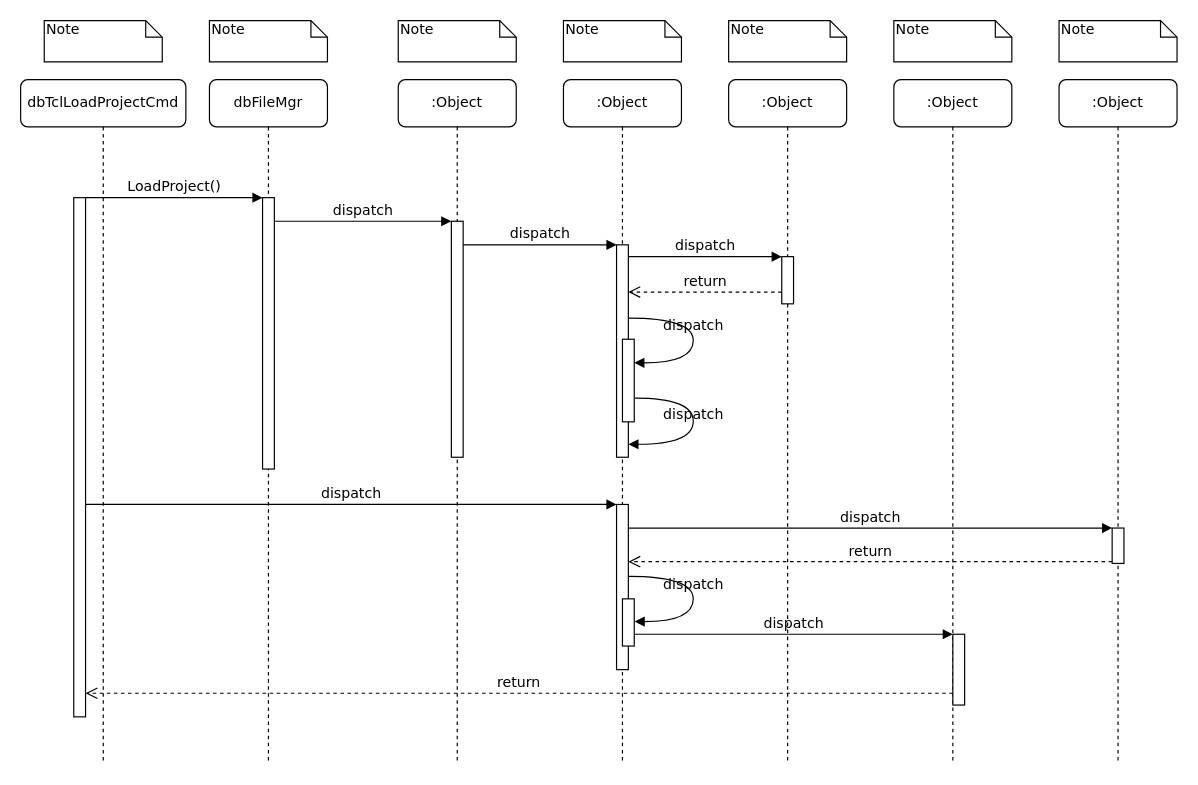
The draw.io diagram Untitled Diagram.drawio in RebeccaY/start, before the edit. Source tidied: cells renumbered, new cells numbered last; positions are measured from the earlier drawing's top-left corner, leaving out a move shared by most shapes. Both pictures are drawn from the tidied source at 118%, with x=0, y=0 at pixel (20, 20).
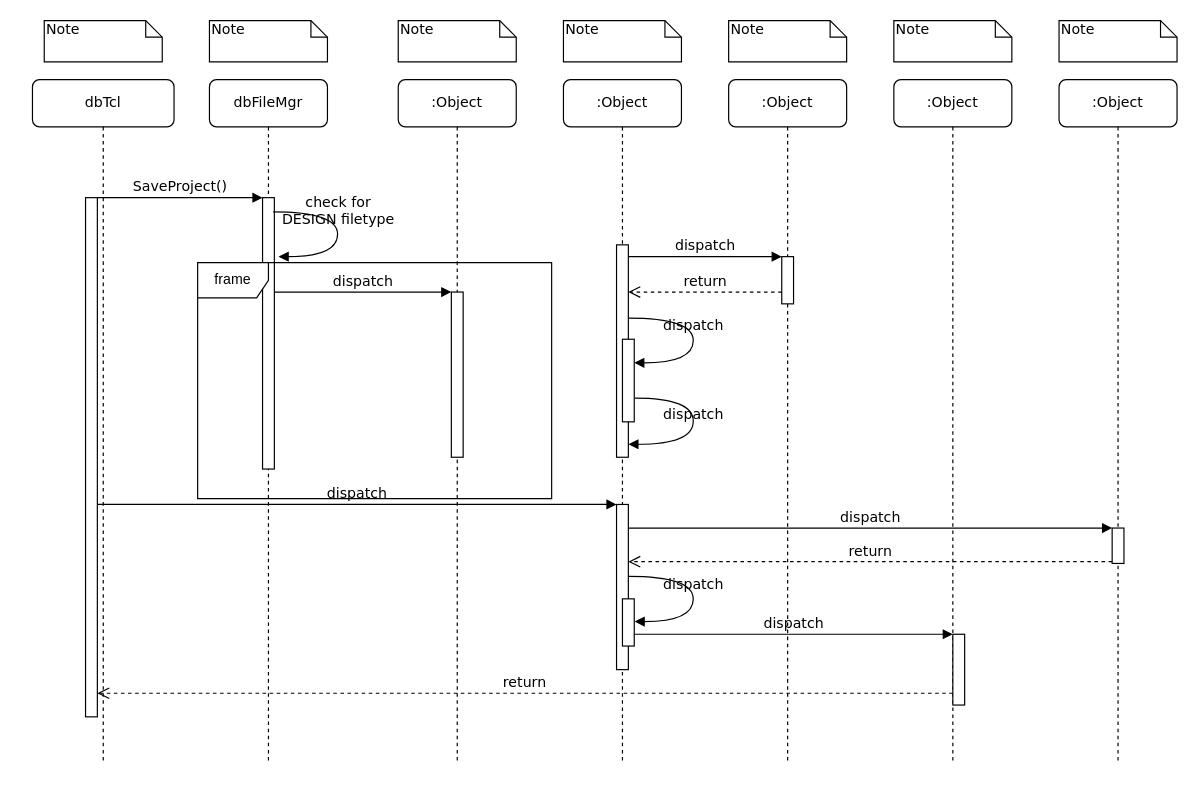
After the change.

Unchanged cells that the change refers to:
```xml
<mxCell id="3" style="html=1;points=[];perimeter=orthogonalPerimeter;rounded=0;shadow=0;comic=0;labelBackgroundColor=none;strokeWidth=1;fontFamily=Verdana;fontSize=12;align=center;" parent="2" vertex="1">
  <mxGeometry x="45" y="100" width="10" height="230" as="geometry" />
</mxCell>
<mxCell id="4" value=":Object" style="shape=umlLifeline;perimeter=lifelinePerimeter;whiteSpace=wrap;html=1;rounded=1;shadow=0;comic=0;labelBackgroundColor=none;strokeWidth=1;fontFamily=Verdana;fontSize=12;align=center;" parent="1" vertex="1">
  <mxGeometry x="320" y="50" width="100" height="580" as="geometry" />
</mxCell>
<mxCell id="11" style="html=1;points=[];perimeter=orthogonalPerimeter;rounded=0;shadow=0;comic=0;labelBackgroundColor=none;strokeWidth=1;fontFamily=Verdana;fontSize=12;align=center;" parent="10" vertex="1">
  <mxGeometry x="45" y="100" width="10" height="440" as="geometry" />
</mxCell>
<mxCell id="12" style="html=1;points=[];perimeter=orthogonalPerimeter;rounded=0;shadow=0;comic=0;labelBackgroundColor=none;strokeWidth=1;fontFamily=Verdana;fontSize=12;align=center;" parent="1" vertex="1">
  <mxGeometry x="505" y="190" width="10" height="180" as="geometry" />
</mxCell>
```

What changed in the source:
```diff
@@
     <mxCell id="5" style="html=1;points=[];perimeter=orthogonalPerimeter;rounded=0;shadow=0;comic=0;labelBackgroundColor=none;strokeWidth=1;fontFamily=Verdana;fontSize=12;align=center;" parent="4" vertex="1">
-      <mxGeometry x="45" y="120" width="10" height="200" as="geometry" />
+      <mxGeometry x="45" y="180" width="10" height="140" as="geometry" />
     </mxCell>
@@
-    <mxCell id="10" value="dbTclLoadProjectCmd" style="shape=umlLifeline;perimeter=lifelinePerimeter;whiteSpace=wrap;html=1;rounded=1;shadow=0;comic=0;labelBackgroundColor=none;strokeWidth=1;fontFamily=Verdana;fontSize=12;align=center;" parent="1" vertex="1">
-      <mxGeometry y="50" width="140" height="580" as="geometry" />
+    <mxCell id="10" value="dbTcl" style="shape=umlLifeline;perimeter=lifelinePerimeter;whiteSpace=wrap;html=1;rounded=1;shadow=0;comic=0;labelBackgroundColor=none;strokeWidth=1;fontFamily=Verdana;fontSize=12;align=center;" parent="1" vertex="1">
+      <mxGeometry x="10" y="50" width="120" height="580" as="geometry" />
     </mxCell>
@@
-    <mxCell id="13" value="dispatch" style="html=1;verticalAlign=bottom;endArrow=block;labelBackgroundColor=none;fontFamily=Verdana;fontSize=12;edgeStyle=elbowEdgeStyle;elbow=vertical;" parent="1" edge="1" source="5" target="12">
-      <mxGeometry relative="1" as="geometry">
-        <Array as="points">
-          <mxPoint x="380" y="190" />
-        </Array>
-      </mxGeometry>
-    </mxCell>
@@
-    <mxCell id="25" value="LoadProject()" style="html=1;verticalAlign=bottom;endArrow=block;entryX=0;entryY=0;labelBackgroundColor=none;fontFamily=Verdana;fontSize=12;edgeStyle=elbowEdgeStyle;elbow=vertical;" parent="1" edge="1" source="11" target="3">
+    <mxCell id="25" value="SaveProject()" style="html=1;verticalAlign=bottom;endArrow=block;entryX=0;entryY=0;labelBackgroundColor=none;fontFamily=Verdana;fontSize=12;edgeStyle=elbowEdgeStyle;elbow=vertical;" parent="1" edge="1" source="11" target="3">
       <mxGeometry relative="1" as="geometry" />
     </mxCell>
     <mxCell id="26" value="dispatch" style="html=1;verticalAlign=bottom;endArrow=block;entryX=0;entryY=0;labelBackgroundColor=none;fontFamily=Verdana;fontSize=12;edgeStyle=elbowEdgeStyle;elbow=vertical;" parent="1" edge="1" source="3" target="5">
-      <mxGeometry relative="1" as="geometry" />
+      <mxGeometry relative="1" as="geometry">
+        <Array as="points">
+          <mxPoint x="300" y="230" />
+        </Array>
+      </mxGeometry>
     </mxCell>
@@
+    <mxCell id="39" value="check for&lt;br&gt;DESIGN filetype" style="html=1;verticalAlign=bottom;endArrow=block;labelBackgroundColor=none;fontFamily=Verdana;fontSize=12;elbow=vertical;edgeStyle=orthogonalEdgeStyle;curved=1;entryX=1;entryY=0.286;entryPerimeter=0;exitX=1.038;exitY=0.345;exitPerimeter=0;" parent="1" edge="1">
+      <mxGeometry relative="1" as="geometry">
+        <mxPoint x="214" y="162.1" as="sourcePoint" />
+        <mxPoint x="218.6" y="200" as="targetPoint" />
+        <Array as="points">
+          <mxPoint x="268.6" y="162" />
+          <mxPoint x="268.6" y="200" />
+        </Array>
+      </mxGeometry>
+    </mxCell>
+    <mxCell id="40" value="frame" style="shape=umlFrame;whiteSpace=wrap;html=1;" parent="1" vertex="1">
+      <mxGeometry x="150" y="205" width="300" height="200" as="geometry" />
+    </mxCell>
```
